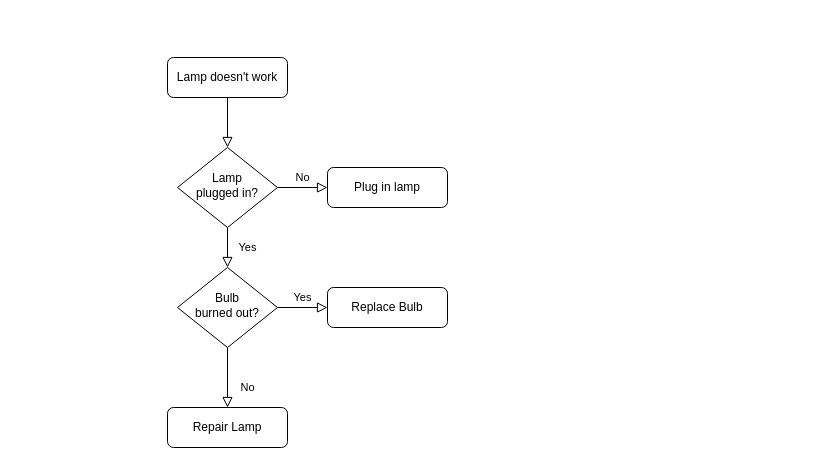
The draw.io diagram FinalDiagram.drawio in pilsburryDoughBoi/kobecattyty, before the edit. Source tidied: cells renumbered, new cells numbered last; positions are measured from the earlier drawing's top-left corner, leaving out a move shared by most shapes. Both pictures are drawn from the tidied source at 100%, with x=0, y=0 at pixel (167, 57).
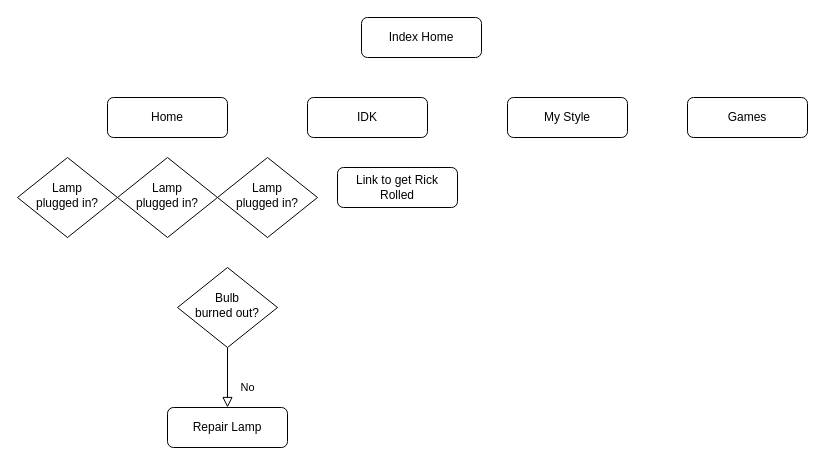
Above is the later version.

What changed in the source:
```diff
@@
 <mxGraphModel>
   <root>
     <mxCell id="0" />
     <mxCell id="1" parent="0" />
-    <mxCell id="2" style="rounded=0;html=1;jettySize=auto;fontSize=11;endArrow=block;endFill=0;endSize=8;strokeWidth=1;shadow=0;labelBackgroundColor=none;edgeStyle=orthogonalEdgeStyle;" parent="1" edge="1" source="3" target="6">
-      <mxGeometry relative="1" as="geometry" />
-    </mxCell>
-    <mxCell id="3" value="Lamp doesn't work" style="rounded=1;whiteSpace=wrap;html=1;fontSize=12;glass=0;strokeWidth=1;shadow=0;" parent="1" vertex="1">
-      <mxGeometry width="120" height="40" as="geometry" />
+    <mxCell id="3" value="Index Home" style="rounded=1;whiteSpace=wrap;html=1;fontSize=12;glass=0;strokeWidth=1;shadow=0;" parent="1" vertex="1">
+      <mxGeometry x="194" y="-40" width="120" height="40" as="geometry" />
     </mxCell>
-    <mxCell id="4" value="Yes" style="rounded=0;html=1;jettySize=auto;fontSize=11;endArrow=block;endFill=0;endSize=8;strokeWidth=1;shadow=0;labelBackgroundColor=none;edgeStyle=orthogonalEdgeStyle;" parent="1" edge="1" source="6" target="10">
-      <mxGeometry y="20" relative="1" as="geometry" />
-    </mxCell>
-    <mxCell id="5" value="No" style="edgeStyle=orthogonalEdgeStyle;rounded=0;html=1;jettySize=auto;fontSize=11;endArrow=block;endFill=0;endSize=8;strokeWidth=1;shadow=0;labelBackgroundColor=none;" parent="1" edge="1" source="6" target="7">
-      <mxGeometry y="10" relative="1" as="geometry" />
-    </mxCell>
     <mxCell id="6" value="Lamp&lt;br&gt;plugged in?" style="rhombus;whiteSpace=wrap;html=1;shadow=0;fontFamily=Helvetica;fontSize=12;align=center;strokeWidth=1;spacing=6;spacingTop=-4;" parent="1" vertex="1">
-      <mxGeometry x="10" y="90" width="100" height="80" as="geometry" />
+      <mxGeometry x="-150" y="100" width="100" height="80" as="geometry" />
     </mxCell>
-    <mxCell id="7" value="Plug in lamp" style="rounded=1;whiteSpace=wrap;html=1;fontSize=12;glass=0;strokeWidth=1;shadow=0;" parent="1" vertex="1">
-      <mxGeometry x="160" y="110" width="120" height="40" as="geometry" />
+    <mxCell id="7" value="Home" style="rounded=1;whiteSpace=wrap;html=1;fontSize=12;glass=0;strokeWidth=1;shadow=0;" parent="1" vertex="1">
+      <mxGeometry x="-60" y="40" width="120" height="40" as="geometry" />
     </mxCell>
     <mxCell id="8" value="No" style="rounded=0;html=1;jettySize=auto;fontSize=11;endArrow=block;endFill=0;endSize=8;strokeWidth=1;shadow=0;labelBackgroundColor=none;edgeStyle=orthogonalEdgeStyle;" parent="1" edge="1" source="10" target="11">
       <mxGeometry x="0.33" y="20" relative="1" as="geometry" />
     </mxCell>
-    <mxCell id="9" value="Yes" style="edgeStyle=orthogonalEdgeStyle;rounded=0;html=1;jettySize=auto;fontSize=11;endArrow=block;endFill=0;endSize=8;strokeWidth=1;shadow=0;labelBackgroundColor=none;" parent="1" edge="1" source="10" target="12">
-      <mxGeometry y="10" relative="1" as="geometry" />
-    </mxCell>
     <mxCell id="10" value="Bulb&lt;br&gt;burned out?" style="rhombus;whiteSpace=wrap;html=1;shadow=0;fontFamily=Helvetica;fontSize=12;align=center;strokeWidth=1;spacing=6;spacingTop=-4;" parent="1" vertex="1">
       <mxGeometry x="10" y="210" width="100" height="80" as="geometry" />
     </mxCell>
     <mxCell id="11" value="Repair Lamp" style="rounded=1;whiteSpace=wrap;html=1;fontSize=12;glass=0;strokeWidth=1;shadow=0;" parent="1" vertex="1">
       <mxGeometry y="350" width="120" height="40" as="geometry" />
     </mxCell>
-    <mxCell id="12" value="Replace Bulb" style="rounded=1;whiteSpace=wrap;html=1;fontSize=12;glass=0;strokeWidth=1;shadow=0;" parent="1" vertex="1">
-      <mxGeometry x="160" y="230" width="120" height="40" as="geometry" />
+    <mxCell id="12" value="Link to get Rick Rolled" style="rounded=1;whiteSpace=wrap;html=1;fontSize=12;glass=0;strokeWidth=1;shadow=0;" parent="1" vertex="1">
+      <mxGeometry x="170" y="110" width="120" height="40" as="geometry" />
     </mxCell>
+    <mxCell id="13" value="IDK" style="rounded=1;whiteSpace=wrap;html=1;fontSize=12;glass=0;strokeWidth=1;shadow=0;" parent="1" vertex="1">
+      <mxGeometry x="140" y="40" width="120" height="40" as="geometry" />
+    </mxCell>
+    <mxCell id="14" value="Games" style="rounded=1;whiteSpace=wrap;html=1;fontSize=12;glass=0;strokeWidth=1;shadow=0;" parent="1" vertex="1">
+      <mxGeometry x="520" y="40" width="120" height="40" as="geometry" />
+    </mxCell>
+    <mxCell id="15" value="My Style" style="rounded=1;whiteSpace=wrap;html=1;fontSize=12;glass=0;strokeWidth=1;shadow=0;" parent="1" vertex="1">
+      <mxGeometry x="340" y="40" width="120" height="40" as="geometry" />
+    </mxCell>
+    <mxCell id="16" value="Lamp&lt;br&gt;plugged in?" style="rhombus;whiteSpace=wrap;html=1;shadow=0;fontFamily=Helvetica;fontSize=12;align=center;strokeWidth=1;spacing=6;spacingTop=-4;" parent="1" vertex="1">
+      <mxGeometry x="-50" y="100" width="100" height="80" as="geometry" />
+    </mxCell>
+    <mxCell id="17" value="Lamp&lt;br&gt;plugged in?" style="rhombus;whiteSpace=wrap;html=1;shadow=0;fontFamily=Helvetica;fontSize=12;align=center;strokeWidth=1;spacing=6;spacingTop=-4;" parent="1" vertex="1">
+      <mxGeometry x="50" y="100" width="100" height="80" as="geometry" />
+    </mxCell>
   </root>
 </mxGraphModel>
```
